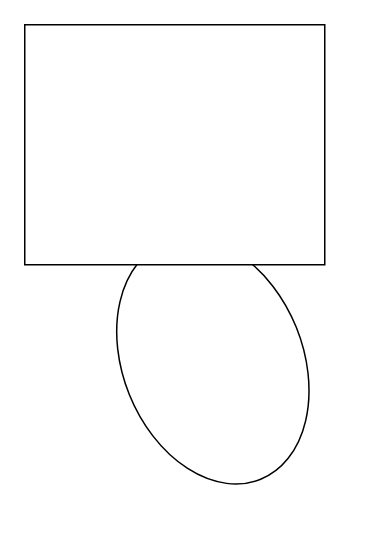
The draw.io diagram Untitled Diagram.drawio in indyconnelly/first, before the edit. Source tidied: cells renumbered, new cells numbered last; positions are measured from the earlier drawing's top-left corner, leaving out a move shared by most shapes. Both pictures are drawn from the tidied source at 150%, with x=0, y=0 at pixel (24, 24).
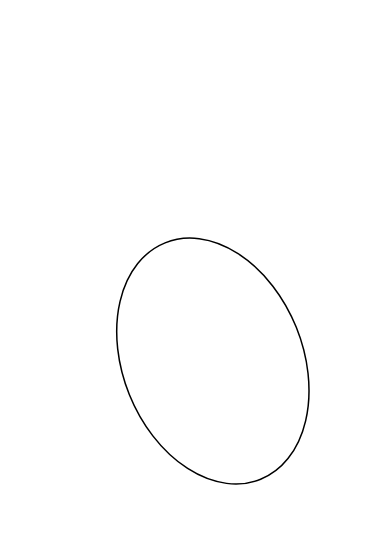
After the change.

Change to the diagram source:
```diff
@@
 <mxGraphModel>
   <root>
     <mxCell id="0" />
     <mxCell id="1" parent="0" />
     <mxCell id="2" style="ellipse;whiteSpace=wrap;html=1;rotation=-22;" parent="1" vertex="1">
       <mxGeometry x="65.4" y="139.2" width="120" height="170" as="geometry" />
     </mxCell>
-    <mxCell id="3" style="whiteSpace=wrap;html=1;" parent="1" vertex="1">
-      <mxGeometry width="200" height="160" as="geometry" />
-    </mxCell>
   </root>
 </mxGraphModel>
```
